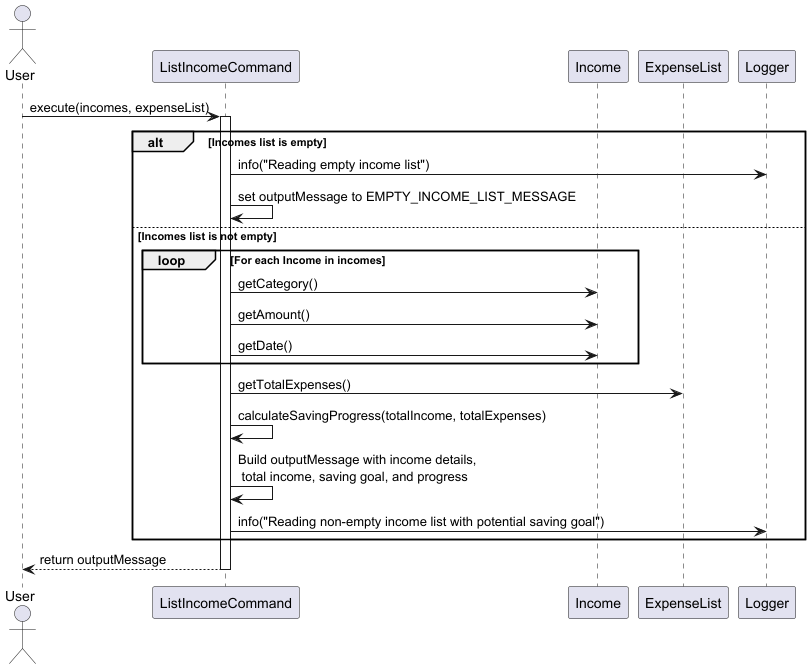
Earlier version of the PlantUML export docs/diagrams/ListIncomeCommandSequence.png (thienkimtranhoang/tp).
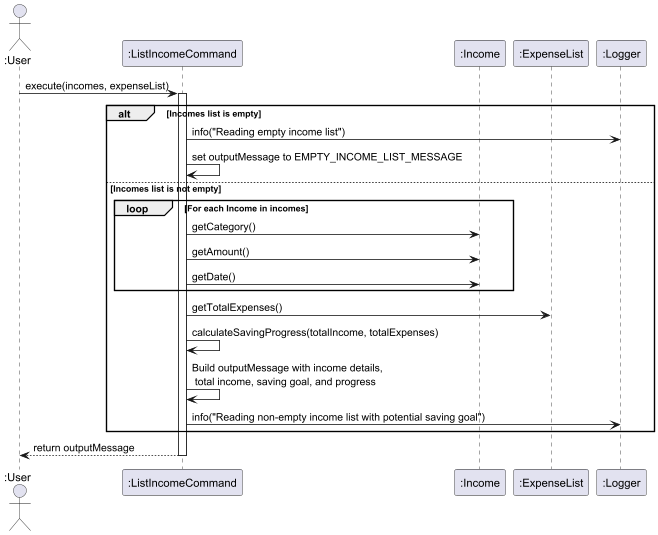
Above is the later version.

Commit message:
update puml for abstract classes to have {abstract} and some sequence diagrams to be updated with ":"

What changed in the source:
```diff
@@ -2,11 +2,11 @@
 hide circle
 skinparam participantIconSize 0
 
-actor "User" as User
-participant "ListIncomeCommand" as LIC
-participant "Income" as Income
-participant "ExpenseList" as ExpenseList
-participant "Logger" as Logger
+actor ":User" as User
+participant ":ListIncomeCommand" as LIC
+participant ":Income" as Income
+participant ":ExpenseList" as ExpenseList
+participant ":Logger" as Logger
 
 User -> LIC: execute(incomes, expenseList)
 activate LIC
```
